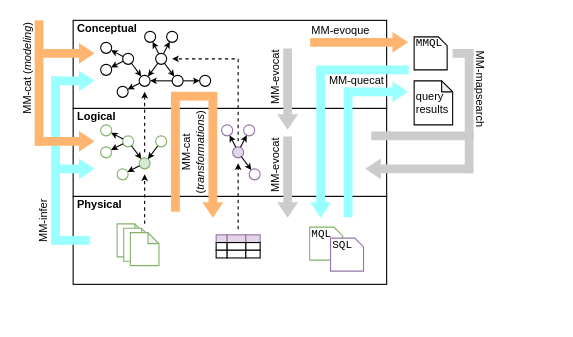
This is page "architecture" (6 of 16) of img/src/commentary.drawio from tuaki/phd-thesis, a draw.io file, before an edit. Source tidied: cells renumbered, new cells numbered last; positions are measured from the earlier drawing's top-left corner, leaving out a move shared by most shapes. Both pictures are drawn from the tidied source at 110%, with x=0, y=0 at pixel (-29, 19).
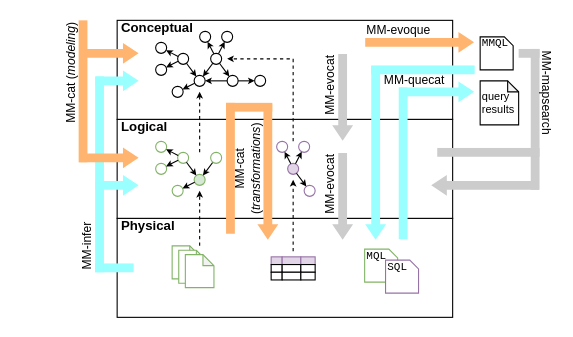
Above is the later version.

The edit, as a diff of the source:
```diff
@@
     <mxCell id="2" style="whiteSpace=wrap;html=1;" parent="1" vertex="1">
-      <mxGeometry x="92" y="161" width="285" height="80" as="geometry" />
+      <mxGeometry x="132" y="181" width="305" height="90" as="geometry" />
     </mxCell>
     <mxCell id="3" style="whiteSpace=wrap;html=1;" parent="1" vertex="1">
-      <mxGeometry x="92" y="81" width="285" height="80" as="geometry" />
+      <mxGeometry x="132" y="91" width="305" height="90" as="geometry" />
     </mxCell>
     <mxCell id="4" style="whiteSpace=wrap;html=1;" parent="1" vertex="1">
-      <mxGeometry x="92" y="1" width="285" height="80" as="geometry" />
+      <mxGeometry x="132" y="1" width="305" height="90" as="geometry" />
     </mxCell>
     <mxCell id="5" style="rounded=0;whiteSpace=wrap;html=1;fillColor=#99FFFF;strokeColor=none;" parent="1" vertex="1">
-      <mxGeometry x="72" y="197" width="35" height="8" as="geometry" />
+      <mxGeometry x="112" y="222" width="35" height="8" as="geometry" />
     </mxCell>
     <mxCell id="6" style="rounded=0;whiteSpace=wrap;html=1;fillColor=#99FFFF;strokeColor=none;" parent="1" vertex="1">
-      <mxGeometry x="72" y="52" width="8" height="153" as="geometry" />
+      <mxGeometry x="112" y="52" width="8" height="178" as="geometry" />
     </mxCell>
     <mxCell id="7" style="shape=flexArrow;endArrow=classic;html=1;rounded=0;endWidth=10;endSize=4.405586592178771;width=8;fillColor=#99FFFF;strokeColor=none;strokeWidth=1;startWidth=20;arcSize=20;" parent="1" edge="1">
       <mxGeometry relative="1" as="geometry">
-        <mxPoint x="72" y="56" as="sourcePoint" />
-        <mxPoint x="112" y="56" as="targetPoint" />
+        <mxPoint x="112" y="56" as="sourcePoint" />
+        <mxPoint x="152" y="56" as="targetPoint" />
       </mxGeometry>
     </mxCell>
     <mxCell id="8" style="shape=flexArrow;endArrow=classic;html=1;rounded=0;endWidth=10;endSize=4.405586592178771;width=8;fillColor=#99FFFF;strokeColor=none;strokeWidth=1;startWidth=20;arcSize=20;" parent="1" edge="1">
       <mxGeometry relative="1" as="geometry">
-        <mxPoint x="72" y="136" as="sourcePoint" />
-        <mxPoint x="112" y="136" as="targetPoint" />
+        <mxPoint x="112" y="151" as="sourcePoint" />
+        <mxPoint x="152" y="151" as="targetPoint" />
       </mxGeometry>
     </mxCell>
     <mxCell id="9" style="shape=flexArrow;endArrow=classic;html=1;rounded=0;endWidth=10;endSize=4.405586592178771;width=8;fillColor=#FFB570;strokeColor=none;strokeWidth=1;startWidth=20;arcSize=20;" parent="1" edge="1">
       <mxGeometry relative="1" as="geometry">
-        <mxPoint x="57" y="31" as="sourcePoint" />
-        <mxPoint x="112" y="31" as="targetPoint" />
+        <mxPoint x="97" y="31" as="sourcePoint" />
+        <mxPoint x="152" y="31" as="targetPoint" />
       </mxGeometry>
     </mxCell>
     <mxCell id="10" style="shape=flexArrow;endArrow=classic;html=1;rounded=0;endWidth=10;endSize=4.405586592178771;width=8;fillColor=#FFB570;strokeColor=none;strokeWidth=1;startWidth=20;arcSize=20;" parent="1" edge="1">
       <mxGeometry relative="1" as="geometry">
-        <mxPoint x="57" y="111" as="sourcePoint" />
-        <mxPoint x="112" y="111" as="targetPoint" />
+        <mxPoint x="97" y="126" as="sourcePoint" />
+        <mxPoint x="152" y="126" as="targetPoint" />
       </mxGeometry>
     </mxCell>
     <mxCell id="11" style="rounded=0;whiteSpace=wrap;html=1;fillColor=#FFB570;strokeColor=none;" parent="1" vertex="1">
-      <mxGeometry x="57" y="1" width="8" height="114" as="geometry" />
+      <mxGeometry x="97" y="1" width="8" height="129" as="geometry" />
     </mxCell>
     <mxCell id="12" style="group;" parent="1" vertex="1">
-      <mxGeometry x="117" y="11" width="100" height="60" as="geometry" />
+      <mxGeometry x="167" y="11" width="100" height="60" as="geometry" />
     </mxCell>
@@
     <mxCell id="33" style="group;" parent="1" vertex="1">
-      <mxGeometry x="132" y="186" width="38" height="38" as="geometry" />
+      <mxGeometry x="182" y="206" width="38" height="38" as="geometry" />
     </mxCell>
@@
     <mxCell id="37" style="group;" parent="1" vertex="1">
-      <mxGeometry x="222" y="196" width="40" height="21" as="geometry" />
+      <mxGeometry x="272" y="216" width="40" height="21" as="geometry" />
     </mxCell>
@@
     <mxCell id="47" style="rounded=0;orthogonalLoop=1;jettySize=auto;html=1;endSize=3;startSize=3;dashed=1;" parent="1" edge="1">
       <mxGeometry relative="1" as="geometry">
-        <mxPoint x="157" y="186" as="sourcePoint" />
-        <mxPoint x="157" y="141" as="targetPoint" />
+        <mxPoint x="207" y="206" as="sourcePoint" />
+        <mxPoint x="207" y="156" as="targetPoint" />
       </mxGeometry>
     </mxCell>
     <mxCell id="48" style="rounded=0;orthogonalLoop=1;jettySize=auto;html=1;endSize=3;startSize=3;dashed=1;" parent="1" edge="1">
       <mxGeometry relative="1" as="geometry">
-        <mxPoint x="242" y="191" as="sourcePoint" />
-        <mxPoint x="242" y="131" as="targetPoint" />
+        <mxPoint x="292" y="211" as="sourcePoint" />
+        <mxPoint x="292" y="146" as="targetPoint" />
       </mxGeometry>
     </mxCell>
     <mxCell id="49" style="rounded=0;orthogonalLoop=1;jettySize=auto;html=1;endSize=3;startSize=3;dashed=1;" parent="1" edge="1">
       <mxGeometry relative="1" as="geometry">
-        <mxPoint x="157" y="121" as="sourcePoint" />
-        <mxPoint x="157" y="66" as="targetPoint" />
+        <mxPoint x="207" y="121" as="sourcePoint" />
+        <mxPoint x="207" y="66" as="targetPoint" />
       </mxGeometry>
     </mxCell>
     <mxCell id="50" style="rounded=0;orthogonalLoop=1;jettySize=auto;html=1;endSize=3;startSize=3;dashed=1;edgeStyle=orthogonalEdgeStyle;" parent="1" edge="1">
       <mxGeometry relative="1" as="geometry">
-        <mxPoint x="242" y="111" as="sourcePoint" />
-        <mxPoint x="182" y="36" as="targetPoint" />
+        <mxPoint x="292" y="111" as="sourcePoint" />
+        <mxPoint x="232" y="36" as="targetPoint" />
         <Array as="points">
-          <mxPoint x="242" y="36" />
+          <mxPoint x="292" y="36" />
         </Array>
       </mxGeometry>
     </mxCell>
-    <mxCell id="51" value="MM-cat (&lt;i&gt;modeling&lt;/i&gt;)" style="text;html=1;whiteSpace=wrap;strokeColor=none;fillColor=none;align=right;verticalAlign=middle;rounded=0;rotation=270;fontSize=10;" parent="1" vertex="1">
-      <mxGeometry y="44" width="100" height="14" as="geometry" />
+    <mxCell id="51" value="MM-cat (&lt;i&gt;modeling&lt;/i&gt;)" style="text;html=1;whiteSpace=wrap;strokeColor=none;fillColor=none;align=right;verticalAlign=middle;rounded=0;rotation=270;fontSize=11;" parent="1" vertex="1">
+      <mxGeometry x="30" y="54" width="120" height="14" as="geometry" />
     </mxCell>
-    <mxCell id="52" value="MM-infer" style="text;html=1;whiteSpace=wrap;strokeColor=none;fillColor=none;align=left;verticalAlign=middle;rounded=0;rotation=270;fontSize=10;" parent="1" vertex="1">
-      <mxGeometry x="35" y="168" width="60" height="14" as="geometry" />
+    <mxCell id="52" value="MM-infer" style="text;html=1;whiteSpace=wrap;strokeColor=none;fillColor=none;align=left;verticalAlign=middle;rounded=0;rotation=270;fontSize=11;" parent="1" vertex="1">
+      <mxGeometry x="75" y="193" width="60" height="14" as="geometry" />
     </mxCell>
     <mxCell id="53" style="rounded=0;whiteSpace=wrap;html=1;fillColor=#99FFFF;strokeColor=none;" parent="1" vertex="1">
-      <mxGeometry x="338" y="62" width="8" height="118" as="geometry" />
+      <mxGeometry x="388" y="62" width="8" height="138" as="geometry" />
     </mxCell>
     <mxCell id="54" style="group;" parent="1" vertex="1">
-      <mxGeometry x="227" y="96" width="35" height="50" as="geometry" />
+      <mxGeometry x="277" y="111" width="35" height="50" as="geometry" />
     </mxCell>
@@
     <mxCell id="62" style="rounded=0;whiteSpace=wrap;html=1;fillColor=#FFB570;strokeColor=none;fontColor=#333333;" parent="1" vertex="1">
-      <mxGeometry x="181" y="66" width="8" height="109" as="geometry" />
+      <mxGeometry x="231" y="76" width="8" height="119" as="geometry" />
     </mxCell>
     <mxCell id="63" style="rounded=0;whiteSpace=wrap;html=1;fillColor=#FFB570;strokeColor=none;fontColor=#333333;" parent="1" vertex="1">
-      <mxGeometry x="181" y="66" width="42" height="8" as="geometry" />
+      <mxGeometry x="231" y="76" width="42" height="8" as="geometry" />
     </mxCell>
     <mxCell id="64" style="shape=flexArrow;endArrow=classic;html=1;rounded=0;endWidth=10;endSize=4.405586592178771;width=8;fillColor=#FFB570;strokeColor=none;strokeWidth=1;startWidth=20;arcSize=20;" parent="1" edge="1">
       <mxGeometry relative="1" as="geometry">
-        <mxPoint x="219" y="66" as="sourcePoint" />
-        <mxPoint x="219" y="181" as="targetPoint" />
+        <mxPoint x="269" y="76" as="sourcePoint" />
+        <mxPoint x="269" y="201" as="targetPoint" />
       </mxGeometry>
     </mxCell>
-    <mxCell id="65" value="&lt;div&gt;MM-cat&lt;/div&gt;(&lt;i&gt;transformations&lt;/i&gt;)" style="text;html=1;whiteSpace=wrap;strokeColor=none;fillColor=none;align=center;verticalAlign=middle;rounded=0;rotation=270;fontSize=10;" parent="1" vertex="1">
-      <mxGeometry x="161" y="107" width="80" height="28" as="geometry" />
+    <mxCell id="65" value="&lt;div&gt;MM-cat&lt;/div&gt;(&lt;i&gt;transformations&lt;/i&gt;)" style="text;html=1;whiteSpace=wrap;strokeColor=none;fillColor=none;align=center;verticalAlign=middle;rounded=0;rotation=270;fontSize=11;" parent="1" vertex="1">
+      <mxGeometry x="211" y="122" width="80" height="28" as="geometry" />
     </mxCell>
     <mxCell id="66" style="shape=flexArrow;endArrow=classic;html=1;rounded=0;endWidth=10;endSize=4.405586592178771;width=8;fillColor=#CCCCCC;strokeColor=none;strokeWidth=1;startWidth=20;arcSize=20;" parent="1" edge="1">
       <mxGeometry relative="1" as="geometry">
-        <mxPoint x="287" y="26" as="sourcePoint" />
-        <mxPoint x="287" y="101" as="targetPoint" />
+        <mxPoint x="337" y="31" as="sourcePoint" />
+        <mxPoint x="337" y="111" as="targetPoint" />
       </mxGeometry>
     </mxCell>
     <mxCell id="67" style="group;" parent="1" vertex="1">
-      <mxGeometry x="117" y="96" width="60" height="50" as="geometry" />
+      <mxGeometry x="167" y="111" width="60" height="50" as="geometry" />
     </mxCell>
@@
     <mxCell id="79" style="shape=flexArrow;endArrow=classic;html=1;rounded=0;endWidth=10;endSize=4.405586592178771;width=8;fillColor=#CCCCCC;strokeColor=none;strokeWidth=1;startWidth=20;arcSize=20;" parent="1" edge="1">
       <mxGeometry relative="1" as="geometry">
-        <mxPoint x="287" y="106" as="sourcePoint" />
-        <mxPoint x="287" y="181" as="targetPoint" />
+        <mxPoint x="337" y="121" as="sourcePoint" />
+        <mxPoint x="337" y="201" as="targetPoint" />
       </mxGeometry>
     </mxCell>
-    <mxCell id="80" value="MM-evocat" style="text;html=1;whiteSpace=wrap;strokeColor=none;fillColor=none;align=right;verticalAlign=middle;rounded=0;rotation=270;fontSize=10;" parent="1" vertex="1">
-      <mxGeometry x="241" y="134" width="70" height="14" as="geometry" />
+    <mxCell id="80" value="MM-evocat" style="text;html=1;whiteSpace=wrap;strokeColor=none;fillColor=none;align=right;verticalAlign=middle;rounded=0;rotation=270;fontSize=11;" parent="1" vertex="1">
+      <mxGeometry x="291" y="149" width="70" height="14" as="geometry" />
     </mxCell>
     <mxCell id="81" style="shape=flexArrow;endArrow=classic;html=1;rounded=0;endWidth=10;endSize=4.405586592178771;width=8;fillColor=#99FFFF;strokeColor=none;strokeWidth=1;startWidth=20;arcSize=20;" parent="1" edge="1">
       <mxGeometry relative="1" as="geometry">
-        <mxPoint x="317" y="42" as="sourcePoint" />
-        <mxPoint x="317" y="181" as="targetPoint" />
+        <mxPoint x="367" y="42" as="sourcePoint" />
+        <mxPoint x="367" y="201" as="targetPoint" />
       </mxGeometry>
     </mxCell>
     <mxCell id="82" style="group;" parent="1" vertex="1">
-      <mxGeometry x="307" y="189" width="30" height="30" as="geometry" />
+      <mxGeometry x="357" y="209" width="30" height="30" as="geometry" />
     </mxCell>
@@
     <mxCell id="85" style="group;" parent="1" vertex="1">
-      <mxGeometry x="326" y="199" width="30" height="30" as="geometry" />
+      <mxGeometry x="376" y="219" width="30" height="30" as="geometry" />
     </mxCell>
@@
     <mxCell id="88" style="group;" parent="1" vertex="1">
-      <mxGeometry x="402" y="16" width="30" height="30" as="geometry" />
+      <mxGeometry x="462" y="16" width="30" height="30" as="geometry" />
     </mxCell>
@@
-    <mxCell id="91" value="MM-quecat" style="text;html=1;whiteSpace=wrap;strokeColor=none;fillColor=none;align=right;verticalAlign=middle;rounded=0;rotation=0;fontSize=10;" parent="1" vertex="1">
-      <mxGeometry x="317" y="48" width="60" height="14" as="geometry" />
+    <mxCell id="91" value="MM-quecat" style="text;html=1;whiteSpace=wrap;strokeColor=none;fillColor=none;align=right;verticalAlign=middle;rounded=0;rotation=0;fontSize=11;" parent="1" vertex="1">
+      <mxGeometry x="362" y="48" width="70" height="14" as="geometry" />
     </mxCell>
     <mxCell id="92" style="shape=flexArrow;endArrow=classic;html=1;rounded=0;endWidth=10;endSize=4.405586592178771;width=8;fillColor=#FFB570;strokeColor=none;strokeWidth=1;startWidth=20;arcSize=20;" parent="1" edge="1">
       <mxGeometry relative="1" as="geometry">
-        <mxPoint x="307" y="21" as="sourcePoint" />
-        <mxPoint x="397" y="21" as="targetPoint" />
+        <mxPoint x="357" y="21" as="sourcePoint" />
+        <mxPoint x="457" y="21" as="targetPoint" />
       </mxGeometry>
     </mxCell>
     <mxCell id="93" style="rounded=0;whiteSpace=wrap;html=1;fillColor=#99FFFF;strokeColor=none;" parent="1" vertex="1">
-      <mxGeometry x="313" y="42" width="84" height="8" as="geometry" />
+      <mxGeometry x="363" y="42" width="94" height="8" as="geometry" />
     </mxCell>
-    <mxCell id="94" value="MM-evoque" style="text;html=1;whiteSpace=wrap;strokeColor=none;fillColor=none;align=left;verticalAlign=middle;rounded=0;rotation=0;fontSize=10;" parent="1" vertex="1">
-      <mxGeometry x="307" y="3" width="60" height="14" as="geometry" />
+    <mxCell id="94" value="MM-evoque" style="text;html=1;whiteSpace=wrap;strokeColor=none;fillColor=none;align=left;verticalAlign=middle;rounded=0;rotation=0;fontSize=11;" parent="1" vertex="1">
+      <mxGeometry x="357" y="3" width="70" height="14" as="geometry" />
     </mxCell>
     <mxCell id="95" style="shape=flexArrow;endArrow=classic;html=1;rounded=0;endWidth=10;endSize=4.405586592178771;width=8;fillColor=#99FFFF;strokeColor=none;strokeWidth=1;startWidth=20;arcSize=20;" parent="1" edge="1">
       <mxGeometry relative="1" as="geometry">
-        <mxPoint x="338" y="66" as="sourcePoint" />
-        <mxPoint x="397" y="66" as="targetPoint" />
+        <mxPoint x="388" y="66" as="sourcePoint" />
+        <mxPoint x="457" y="66" as="targetPoint" />
       </mxGeometry>
     </mxCell>
     <mxCell id="96" style="group;" parent="1" vertex="1">
-      <mxGeometry x="402" y="56" width="35" height="40" as="geometry" />
+      <mxGeometry x="462" y="56" width="35" height="40" as="geometry" />
     </mxCell>
@@
     <mxCell id="99" style="rounded=0;whiteSpace=wrap;html=1;fillColor=#CCCCCC;strokeColor=none;" parent="1" vertex="1">
-      <mxGeometry x="437" y="27" width="19" height="8" as="geometry" />
+      <mxGeometry x="497" y="27" width="19" height="8" as="geometry" />
     </mxCell>
     <mxCell id="100" style="rounded=0;whiteSpace=wrap;html=1;fillColor=#CCCCCC;strokeColor=none;" parent="1" vertex="1">
-      <mxGeometry x="448" y="27" width="8" height="113" as="geometry" />
+      <mxGeometry x="508" y="27" width="8" height="128" as="geometry" />
     </mxCell>
     <mxCell id="101" style="shape=flexArrow;endArrow=classic;html=1;rounded=0;endWidth=10;endSize=4.405586592178771;width=8;fillColor=#CCCCCC;strokeColor=none;strokeWidth=1;startWidth=20;arcSize=20;" parent="1" edge="1">
       <mxGeometry relative="1" as="geometry">
-        <mxPoint x="456" y="136" as="sourcePoint" />
-        <mxPoint x="357" y="136" as="targetPoint" />
+        <mxPoint x="516" y="151" as="sourcePoint" />
+        <mxPoint x="417" y="151" as="targetPoint" />
       </mxGeometry>
     </mxCell>
-    <mxCell id="102" value="MM-mapsearch" style="text;html=1;whiteSpace=wrap;strokeColor=none;fillColor=none;align=left;verticalAlign=middle;rounded=0;rotation=90;fontSize=10;" parent="1" vertex="1">
-      <mxGeometry x="418" y="65" width="90" height="14" as="geometry" />
+    <mxCell id="102" value="MM-mapsearch" style="text;html=1;whiteSpace=wrap;strokeColor=none;fillColor=none;align=left;verticalAlign=middle;rounded=0;rotation=90;fontSize=11;" parent="1" vertex="1">
+      <mxGeometry x="478" y="65" width="90" height="14" as="geometry" />
     </mxCell>
     <mxCell id="103" style="rounded=0;whiteSpace=wrap;html=1;fillColor=#CCCCCC;strokeColor=none;" parent="1" vertex="1">
-      <mxGeometry x="363" y="102" width="93" height="8" as="geometry" />
+      <mxGeometry x="423" y="117" width="93" height="8" as="geometry" />
     </mxCell>
-    <mxCell id="104" value="Conceptual" style="text;html=1;whiteSpace=wrap;strokeColor=none;fillColor=none;align=left;verticalAlign=middle;rounded=0;rotation=0;fontSize=10;fontStyle=1;" parent="1" vertex="1">
-      <mxGeometry x="94" width="60" height="15" as="geometry" />
+    <mxCell id="104" value="Conceptual" style="text;html=1;whiteSpace=wrap;strokeColor=none;fillColor=none;align=left;verticalAlign=middle;rounded=0;rotation=0;fontSize=12;fontStyle=1;" parent="1" vertex="1">
+      <mxGeometry x="134" width="60" height="15" as="geometry" />
     </mxCell>
-    <mxCell id="105" value="Logical" style="text;html=1;whiteSpace=wrap;strokeColor=none;fillColor=none;align=left;verticalAlign=middle;rounded=0;rotation=0;fontSize=10;fontStyle=1;" parent="1" vertex="1">
-      <mxGeometry x="94" y="80" width="60" height="15" as="geometry" />
+    <mxCell id="105" value="Logical" style="text;html=1;whiteSpace=wrap;strokeColor=none;fillColor=none;align=left;verticalAlign=middle;rounded=0;rotation=0;fontSize=12;fontStyle=1;" parent="1" vertex="1">
+      <mxGeometry x="134" y="90" width="60" height="15" as="geometry" />
     </mxCell>
-    <mxCell id="106" value="Physical" style="text;html=1;whiteSpace=wrap;strokeColor=none;fillColor=none;align=left;verticalAlign=middle;rounded=0;rotation=0;fontSize=10;fontStyle=1;" parent="1" vertex="1">
-      <mxGeometry x="94" y="160" width="60" height="15" as="geometry" />
+    <mxCell id="106" value="Physical" style="text;html=1;whiteSpace=wrap;strokeColor=none;fillColor=none;align=left;verticalAlign=middle;rounded=0;rotation=0;fontSize=12;fontStyle=1;" parent="1" vertex="1">
+      <mxGeometry x="134" y="180" width="60" height="15" as="geometry" />
     </mxCell>
-    <mxCell id="107" value="MM-evocat" style="text;html=1;whiteSpace=wrap;strokeColor=none;fillColor=none;align=right;verticalAlign=middle;rounded=0;rotation=270;fontSize=10;" parent="1" vertex="1">
-      <mxGeometry x="241" y="54" width="70" height="14" as="geometry" />
+    <mxCell id="107" value="MM-evocat" style="text;html=1;whiteSpace=wrap;strokeColor=none;fillColor=none;align=right;verticalAlign=middle;rounded=0;rotation=270;fontSize=11;" parent="1" vertex="1">
+      <mxGeometry x="291" y="59" width="70" height="14" as="geometry" />
     </mxCell>
```
